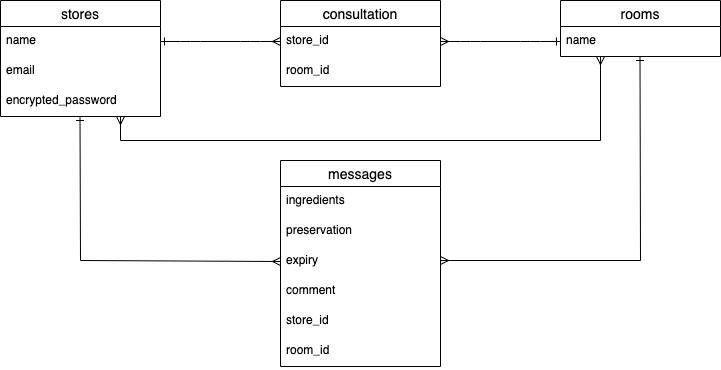
The draw.io diagram er.drawio.png in Git-junior/hokasuna, before a commit. Source tidied: cells renumbered, new cells last; positions are measured from the earlier drawing's top-left corner, leaving out a move shared by most shapes. Its diagram source:
```xml
<mxGraphModel>
  <root>
    <mxCell id="0" />
    <mxCell id="1" parent="0" />
    <mxCell id="2" value="stores" style="swimlane;fontStyle=0;horizontal=1;startSize=26;align=center;fontSize=14;" parent="1" vertex="1">
      <mxGeometry width="160" height="116" as="geometry" />
    </mxCell>
    <mxCell id="3" value="name" style="text;strokeColor=none;fillColor=none;spacingLeft=4;spacingRight=4;overflow=hidden;points=[[0,0.5],[1,0.5]];portConstraint=eastwest;fontSize=12;" parent="2" vertex="1">
      <mxGeometry y="26" width="160" height="30" as="geometry" />
    </mxCell>
    <mxCell id="4" value="email" style="text;strokeColor=none;fillColor=none;spacingLeft=4;spacingRight=4;overflow=hidden;fontSize=12;" parent="2" vertex="1">
      <mxGeometry y="56" width="160" height="30" as="geometry" />
    </mxCell>
    <mxCell id="5" value="encrypted_password" style="text;strokeColor=none;fillColor=none;spacingLeft=4;spacingRight=4;overflow=hidden;fontSize=12;" parent="2" vertex="1">
      <mxGeometry y="86" width="160" height="30" as="geometry" />
    </mxCell>
    <mxCell id="6" value="rooms" style="swimlane;fontStyle=0;horizontal=1;startSize=26;align=center;fontSize=14;" parent="1" vertex="1">
      <mxGeometry x="560" width="160" height="56" as="geometry" />
    </mxCell>
    <mxCell id="7" value="name" style="text;strokeColor=none;fillColor=none;spacingLeft=4;spacingRight=4;overflow=hidden;points=[[0,0.5],[1,0.5]];portConstraint=eastwest;fontSize=12;" parent="6" vertex="1">
      <mxGeometry y="26" width="160" height="30" as="geometry" />
    </mxCell>
    <mxCell id="8" value="consultation" style="swimlane;fontStyle=0;horizontal=1;startSize=26;align=center;fontSize=14;" parent="1" vertex="1">
      <mxGeometry x="280" width="160" height="86" as="geometry" />
    </mxCell>
    <mxCell id="9" value="store_id" style="text;strokeColor=none;fillColor=none;spacingLeft=4;spacingRight=4;overflow=hidden;points=[[0,0.5],[1,0.5]];portConstraint=eastwest;fontSize=12;" parent="8" vertex="1">
      <mxGeometry y="26" width="160" height="30" as="geometry" />
    </mxCell>
    <mxCell id="10" value="room_id" style="text;strokeColor=none;fillColor=none;spacingLeft=4;spacingRight=4;overflow=hidden;fontSize=12;" parent="8" vertex="1">
      <mxGeometry y="56" width="160" height="30" as="geometry" />
    </mxCell>
    <mxCell id="11" style="edgeStyle=entityRelationEdgeStyle;fontSize=12;html=1;endArrow=ERmany;startArrow=ERone;entryX=0;entryY=0.5;entryDx=0;entryDy=0;exitX=1;exitY=0.5;exitDx=0;exitDy=0;startFill=0;endFill=0;" parent="1" edge="1" source="3" target="9">
      <mxGeometry relative="1" as="geometry" />
    </mxCell>
    <mxCell id="12" value="messages" style="swimlane;fontStyle=0;horizontal=1;startSize=26;align=center;fontSize=14;" parent="1" vertex="1">
      <mxGeometry x="280" y="160" width="160" height="206" as="geometry" />
    </mxCell>
    <mxCell id="13" value="ingredients" style="text;strokeColor=none;fillColor=none;spacingLeft=4;spacingRight=4;overflow=hidden;fontSize=12;" parent="12" vertex="1">
      <mxGeometry y="26" width="160" height="30" as="geometry" />
    </mxCell>
    <mxCell id="14" value="preservation" style="text;strokeColor=none;fillColor=none;spacingLeft=4;spacingRight=4;overflow=hidden;fontSize=12;" parent="12" vertex="1">
      <mxGeometry y="56" width="160" height="30" as="geometry" />
    </mxCell>
    <mxCell id="15" value="expiry" style="text;strokeColor=none;fillColor=none;spacingLeft=4;spacingRight=4;overflow=hidden;points=[[0,0.5],[1,0.5]];portConstraint=eastwest;fontSize=12;" parent="12" vertex="1">
      <mxGeometry y="86" width="160" height="30" as="geometry" />
    </mxCell>
    <mxCell id="16" value="comment" style="text;strokeColor=none;fillColor=none;spacingLeft=4;spacingRight=4;overflow=hidden;fontSize=12;" parent="12" vertex="1">
      <mxGeometry y="116" width="160" height="30" as="geometry" />
    </mxCell>
    <mxCell id="17" value="store_id" style="text;strokeColor=none;fillColor=none;spacingLeft=4;spacingRight=4;overflow=hidden;fontSize=12;" parent="12" vertex="1">
      <mxGeometry y="146" width="160" height="30" as="geometry" />
    </mxCell>
    <mxCell id="18" value="room_id" style="text;strokeColor=none;fillColor=none;spacingLeft=4;spacingRight=4;overflow=hidden;fontSize=12;" parent="12" vertex="1">
      <mxGeometry y="176" width="160" height="30" as="geometry" />
    </mxCell>
    <mxCell id="19" style="edgeStyle=entityRelationEdgeStyle;fontSize=12;html=1;endArrow=ERone;startArrow=ERmany;startFill=0;endFill=0;exitX=1;exitY=0.5;exitDx=0;exitDy=0;entryX=0;entryY=0.5;entryDx=0;entryDy=0;" parent="1" edge="1" source="9" target="7">
      <mxGeometry relative="1" as="geometry" />
    </mxCell>
    <mxCell id="20" style="endArrow=none;html=1;rounded=0;startArrow=ERone;startFill=0;" parent="1" edge="1">
      <mxGeometry relative="1" as="geometry">
        <mxPoint x="79.5" y="116" as="sourcePoint" />
        <mxPoint x="80" y="260" as="targetPoint" />
      </mxGeometry>
    </mxCell>
    <mxCell id="21" style="endArrow=ERmany;html=1;rounded=0;entryX=0;entryY=0.5;entryDx=0;entryDy=0;endFill=0;" parent="1" edge="1" target="15">
      <mxGeometry relative="1" as="geometry">
        <mxPoint x="80" y="260" as="sourcePoint" />
      </mxGeometry>
    </mxCell>
    <mxCell id="22" style="endArrow=none;html=1;rounded=0;startArrow=ERone;startFill=0;" parent="1" edge="1">
      <mxGeometry relative="1" as="geometry">
        <mxPoint x="639.5" y="56" as="sourcePoint" />
        <mxPoint x="640" y="260" as="targetPoint" />
      </mxGeometry>
    </mxCell>
    <mxCell id="23" style="endArrow=none;html=1;rounded=0;endFill=0;startArrow=ERmany;startFill=0;" parent="1" edge="1">
      <mxGeometry relative="1" as="geometry">
        <mxPoint x="440" y="260" as="sourcePoint" />
        <mxPoint x="640" y="260" as="targetPoint" />
      </mxGeometry>
    </mxCell>
    <mxCell id="24" style="endArrow=none;html=1;rounded=0;" parent="1" edge="1">
      <mxGeometry relative="1" as="geometry">
        <mxPoint x="120" y="140" as="sourcePoint" />
        <mxPoint x="600" y="140" as="targetPoint" />
      </mxGeometry>
    </mxCell>
    <mxCell id="25" style="endArrow=none;html=1;rounded=0;startArrow=ERmany;startFill=0;" parent="1" edge="1">
      <mxGeometry relative="1" as="geometry">
        <mxPoint x="120" y="116" as="sourcePoint" />
        <mxPoint x="120" y="140" as="targetPoint" />
      </mxGeometry>
    </mxCell>
    <mxCell id="26" style="endArrow=none;html=1;rounded=0;startArrow=ERmany;startFill=0;" parent="1" edge="1">
      <mxGeometry relative="1" as="geometry">
        <mxPoint x="600" y="56" as="sourcePoint" />
        <mxPoint x="600" y="140" as="targetPoint" />
      </mxGeometry>
    </mxCell>
  </root>
</mxGraphModel>
```
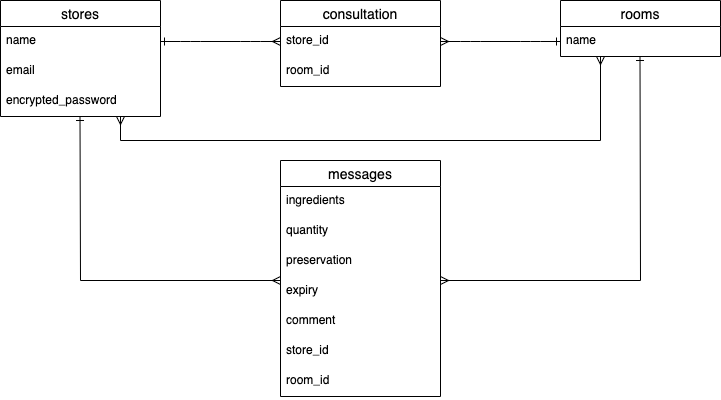
The same file after the commit.

What changed in the source:
```diff
@@ -33,25 +33,28 @@
       <mxGeometry relative="1" as="geometry" />
     </mxCell>
     <mxCell id="12" value="messages" style="swimlane;fontStyle=0;horizontal=1;startSize=26;align=center;fontSize=14;" parent="1" vertex="1">
-      <mxGeometry x="280" y="160" width="160" height="206" as="geometry" />
+      <mxGeometry x="280" y="160" width="160" height="236" as="geometry" />
     </mxCell>
     <mxCell id="13" value="ingredients" style="text;strokeColor=none;fillColor=none;spacingLeft=4;spacingRight=4;overflow=hidden;fontSize=12;" parent="12" vertex="1">
       <mxGeometry y="26" width="160" height="30" as="geometry" />
     </mxCell>
+    <mxCell id="27" value="quantity" style="text;strokeColor=none;fillColor=none;spacingLeft=4;spacingRight=4;overflow=hidden;fontSize=12;" parent="12" vertex="1">
+      <mxGeometry y="56" width="160" height="30" as="geometry" />
+    </mxCell>
     <mxCell id="14" value="preservation" style="text;strokeColor=none;fillColor=none;spacingLeft=4;spacingRight=4;overflow=hidden;fontSize=12;" parent="12" vertex="1">
-      <mxGeometry y="56" width="160" height="30" as="geometry" />
+      <mxGeometry y="86" width="160" height="30" as="geometry" />
     </mxCell>
     <mxCell id="15" value="expiry" style="text;strokeColor=none;fillColor=none;spacingLeft=4;spacingRight=4;overflow=hidden;points=[[0,0.5],[1,0.5]];portConstraint=eastwest;fontSize=12;" parent="12" vertex="1">
-      <mxGeometry y="86" width="160" height="30" as="geometry" />
+      <mxGeometry y="116" width="160" height="30" as="geometry" />
     </mxCell>
     <mxCell id="16" value="comment" style="text;strokeColor=none;fillColor=none;spacingLeft=4;spacingRight=4;overflow=hidden;fontSize=12;" parent="12" vertex="1">
-      <mxGeometry y="116" width="160" height="30" as="geometry" />
+      <mxGeometry y="146" width="160" height="30" as="geometry" />
     </mxCell>
     <mxCell id="17" value="store_id" style="text;strokeColor=none;fillColor=none;spacingLeft=4;spacingRight=4;overflow=hidden;fontSize=12;" parent="12" vertex="1">
-      <mxGeometry y="146" width="160" height="30" as="geometry" />
+      <mxGeometry y="176" width="160" height="30" as="geometry" />
     </mxCell>
     <mxCell id="18" value="room_id" style="text;strokeColor=none;fillColor=none;spacingLeft=4;spacingRight=4;overflow=hidden;fontSize=12;" parent="12" vertex="1">
-      <mxGeometry y="176" width="160" height="30" as="geometry" />
+      <mxGeometry y="206" width="160" height="30" as="geometry" />
     </mxCell>
     <mxCell id="19" style="edgeStyle=entityRelationEdgeStyle;fontSize=12;html=1;endArrow=ERone;startArrow=ERmany;startFill=0;endFill=0;exitX=1;exitY=0.5;exitDx=0;exitDy=0;entryX=0;entryY=0.5;entryDx=0;entryDy=0;" parent="1" edge="1" source="9" target="7">
       <mxGeometry relative="1" as="geometry" />
@@ -59,24 +62,25 @@
     <mxCell id="20" style="endArrow=none;html=1;rounded=0;startArrow=ERone;startFill=0;" parent="1" edge="1">
       <mxGeometry relative="1" as="geometry">
         <mxPoint x="79.5" y="116" as="sourcePoint" />
-        <mxPoint x="80" y="260" as="targetPoint" />
+        <mxPoint x="80" y="280" as="targetPoint" />
       </mxGeometry>
     </mxCell>
-    <mxCell id="21" style="endArrow=ERmany;html=1;rounded=0;entryX=0;entryY=0.5;entryDx=0;entryDy=0;endFill=0;" parent="1" edge="1" target="15">
+    <mxCell id="21" style="endArrow=ERmany;html=1;rounded=0;endFill=0;" parent="1" edge="1">
       <mxGeometry relative="1" as="geometry">
-        <mxPoint x="80" y="260" as="sourcePoint" />
+        <mxPoint x="80" y="280" as="sourcePoint" />
+        <mxPoint x="280" y="280" as="targetPoint" />
       </mxGeometry>
     </mxCell>
     <mxCell id="22" style="endArrow=none;html=1;rounded=0;startArrow=ERone;startFill=0;" parent="1" edge="1">
       <mxGeometry relative="1" as="geometry">
         <mxPoint x="639.5" y="56" as="sourcePoint" />
-        <mxPoint x="640" y="260" as="targetPoint" />
+        <mxPoint x="640" y="280" as="targetPoint" />
       </mxGeometry>
     </mxCell>
     <mxCell id="23" style="endArrow=none;html=1;rounded=0;endFill=0;startArrow=ERmany;startFill=0;" parent="1" edge="1">
       <mxGeometry relative="1" as="geometry">
-        <mxPoint x="440" y="260" as="sourcePoint" />
-        <mxPoint x="640" y="260" as="targetPoint" />
+        <mxPoint x="440" y="280" as="sourcePoint" />
+        <mxPoint x="640" y="280" as="targetPoint" />
       </mxGeometry>
     </mxCell>
     <mxCell id="24" style="endArrow=none;html=1;rounded=0;" parent="1" edge="1">
```
